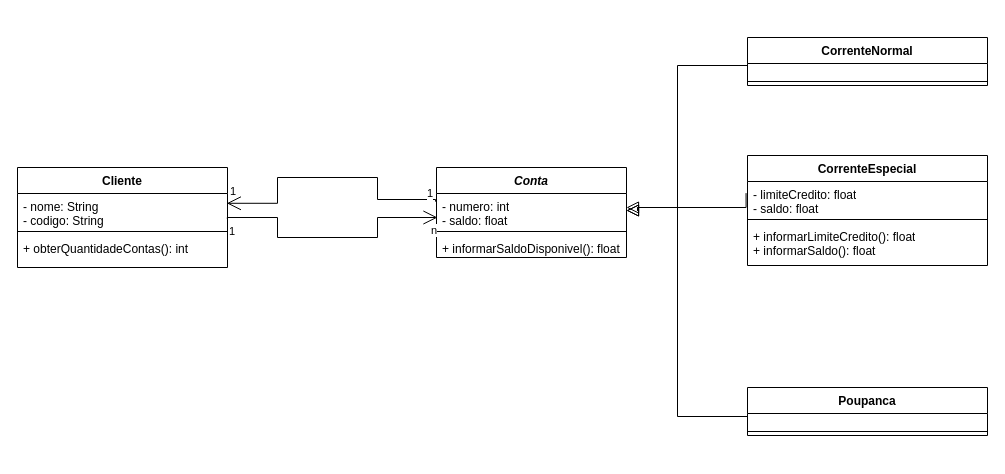
Above: page "Ex2" (2 of 9) of Lista4/T_LP - Lista4.drawio in M-Tereza/LP1 (draw.io), before the change. Source tidied: cells renumbered, new cells numbered last; positions are measured from the earlier drawing's top-left corner, leaving out a move shared by most shapes. Both pictures are drawn from the tidied source at 100%, with x=0, y=0 at pixel (17, 37).
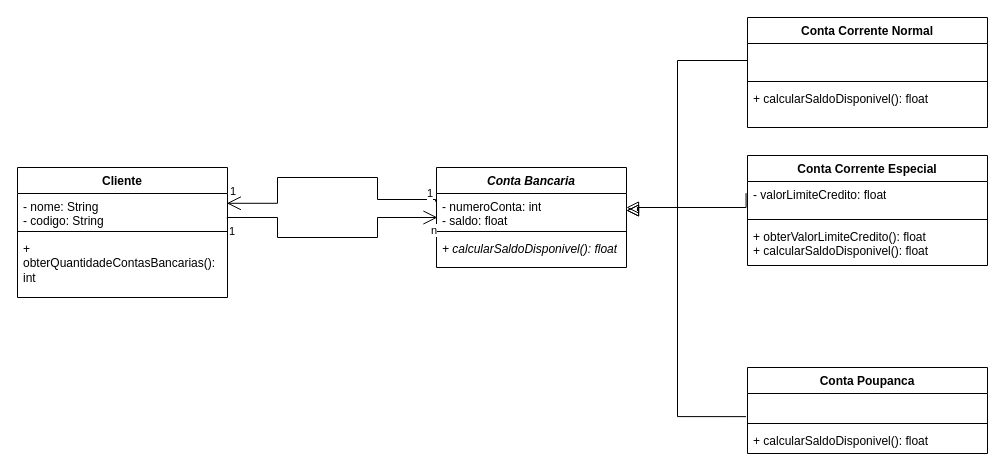
Above is the later version.

Change to the diagram source:
```diff
@@
     <mxCell id="2" value="Cliente" style="swimlane;fontStyle=1;align=center;verticalAlign=top;horizontal=1;startSize=26;whiteSpace=wrap;html=1;" parent="1" vertex="1">
-      <mxGeometry y="130" width="210" height="100" as="geometry" />
+      <mxGeometry y="130" width="210" height="130" as="geometry" />
     </mxCell>
@@
-    <mxCell id="5" value="+ obterQuantidadeContas(): int&lt;span style=&quot;background-color: transparent; color: light-dark(rgb(0, 0, 0), rgb(255, 255, 255));&quot;&gt;&amp;nbsp;&lt;/span&gt;" style="text;strokeColor=none;fillColor=none;align=left;verticalAlign=top;spacingLeft=4;spacingRight=4;overflow=hidden;whiteSpace=wrap;html=1;" parent="2" vertex="1">
-      <mxGeometry y="68" width="210" height="32" as="geometry" />
+    <mxCell id="5" value="+ obterQuantidadeContasBancarias(): int&lt;span style=&quot;background-color: transparent; color: light-dark(rgb(0, 0, 0), rgb(255, 255, 255));&quot;&gt;&amp;nbsp;&lt;/span&gt;" style="text;strokeColor=none;fillColor=none;align=left;verticalAlign=top;spacingLeft=4;spacingRight=4;overflow=hidden;whiteSpace=wrap;html=1;" parent="2" vertex="1">
+      <mxGeometry y="68" width="210" height="62" as="geometry" />
     </mxCell>
-    <mxCell id="6" value="&lt;i&gt;Conta&lt;/i&gt;" style="swimlane;fontStyle=1;align=center;verticalAlign=top;horizontal=1;startSize=26;whiteSpace=wrap;html=1;" parent="1" vertex="1">
-      <mxGeometry x="419" y="130" width="190" height="90" as="geometry" />
+    <mxCell id="6" value="&lt;i&gt;Conta Bancaria&lt;/i&gt;" style="swimlane;fontStyle=1;align=center;verticalAlign=top;horizontal=1;startSize=26;whiteSpace=wrap;html=1;" parent="1" vertex="1">
+      <mxGeometry x="419" y="130" width="190" height="100" as="geometry" />
     </mxCell>
-    <mxCell id="7" value="- numero: int&lt;div&gt;- saldo: float&lt;/div&gt;" style="text;strokeColor=none;fillColor=none;align=left;verticalAlign=top;spacingLeft=4;spacingRight=4;overflow=hidden;points=[[0,0.5],[1,0.5]];portConstraint=eastwest;whiteSpace=wrap;html=1;" parent="6" vertex="1">
+    <mxCell id="7" value="- numeroConta: int&lt;div&gt;- saldo: float&lt;/div&gt;" style="text;strokeColor=none;fillColor=none;align=left;verticalAlign=top;spacingLeft=4;spacingRight=4;overflow=hidden;points=[[0,0.5],[1,0.5]];portConstraint=eastwest;whiteSpace=wrap;html=1;" parent="6" vertex="1">
       <mxGeometry y="26" width="190" height="34" as="geometry" />
     </mxCell>
@@
-    <mxCell id="9" value="+ informarSaldoDisponivel(): float" style="text;strokeColor=none;fillColor=none;align=left;verticalAlign=top;spacingLeft=4;spacingRight=4;overflow=hidden;whiteSpace=wrap;html=1;" parent="6" vertex="1">
-      <mxGeometry y="68" width="190" height="22" as="geometry" />
+    <mxCell id="9" value="&lt;i&gt;+ calcularSaldoDisponivel(): float&lt;/i&gt;" style="text;strokeColor=none;fillColor=none;align=left;verticalAlign=top;spacingLeft=4;spacingRight=4;overflow=hidden;whiteSpace=wrap;html=1;" parent="6" vertex="1">
+      <mxGeometry y="68" width="190" height="32" as="geometry" />
     </mxCell>
-    <mxCell id="10" value="CorrenteNormal" style="swimlane;fontStyle=1;align=center;verticalAlign=top;horizontal=1;startSize=26;whiteSpace=wrap;html=1;" parent="1" vertex="1">
-      <mxGeometry x="730" width="240" height="48" as="geometry" />
-    </mxCell>
-    <mxCell id="11" value="&lt;div&gt;&lt;br&gt;&lt;/div&gt;" style="text;strokeColor=none;fillColor=none;align=left;verticalAlign=top;spacingLeft=4;spacingRight=4;overflow=hidden;points=[[0,0.5],[1,0.5]];portConstraint=eastwest;whiteSpace=wrap;html=1;" parent="10" vertex="1">
-      <mxGeometry y="26" width="240" height="14" as="geometry" />
-    </mxCell>
-    <mxCell id="12" style="line;strokeWidth=1;fillColor=none;align=left;verticalAlign=middle;spacingTop=-1;spacingLeft=3;spacingRight=3;labelPosition=right;strokeColor=inherit;" parent="10" vertex="1">
-      <mxGeometry y="40" width="240" height="8" as="geometry" />
-    </mxCell>
-    <mxCell id="13" value="CorrenteEspecial" style="swimlane;fontStyle=1;align=center;verticalAlign=top;horizontal=1;startSize=26;whiteSpace=wrap;html=1;" parent="1" vertex="1">
+    <mxCell id="13" value="Conta Corrente Especial" style="swimlane;fontStyle=1;align=center;verticalAlign=top;horizontal=1;startSize=26;whiteSpace=wrap;html=1;" parent="1" vertex="1">
       <mxGeometry x="730" y="118" width="240" height="110" as="geometry" />
     </mxCell>
-    <mxCell id="14" value="&lt;div&gt;- limiteCredito: float&lt;/div&gt;- saldo: float" style="text;strokeColor=none;fillColor=none;align=left;verticalAlign=top;spacingLeft=4;spacingRight=4;overflow=hidden;points=[[0,0.5],[1,0.5]];portConstraint=eastwest;whiteSpace=wrap;html=1;" parent="13" vertex="1">
+    <mxCell id="14" value="&lt;div&gt;- valorLimiteCredito: float&lt;/div&gt;" style="text;strokeColor=none;fillColor=none;align=left;verticalAlign=top;spacingLeft=4;spacingRight=4;overflow=hidden;points=[[0,0.5],[1,0.5]];portConstraint=eastwest;whiteSpace=wrap;html=1;" parent="13" vertex="1">
       <mxGeometry y="26" width="240" height="34" as="geometry" />
     </mxCell>
@@
-    <mxCell id="16" value="+ informarLimiteCredito(): float&lt;div&gt;+ informarSaldo&lt;span style=&quot;background-color: transparent; color: light-dark(rgb(0, 0, 0), rgb(255, 255, 255));&quot;&gt;(): float&lt;/span&gt;&lt;/div&gt;" style="text;strokeColor=none;fillColor=none;align=left;verticalAlign=top;spacingLeft=4;spacingRight=4;overflow=hidden;whiteSpace=wrap;html=1;" parent="13" vertex="1">
+    <mxCell id="16" value="+ obterValorLimiteCredito(): float&lt;div&gt;+ calcularSaldoDisponivel(): float&lt;/div&gt;" style="text;strokeColor=none;fillColor=none;align=left;verticalAlign=top;spacingLeft=4;spacingRight=4;overflow=hidden;whiteSpace=wrap;html=1;fontStyle=0;" parent="13" vertex="1">
       <mxGeometry y="68" width="240" height="42" as="geometry" />
     </mxCell>
-    <mxCell id="17" value="Poupanca" style="swimlane;fontStyle=1;align=center;verticalAlign=top;horizontal=1;startSize=26;whiteSpace=wrap;html=1;" parent="1" vertex="1">
-      <mxGeometry x="730" y="350" width="240" height="48" as="geometry" />
-    </mxCell>
-    <mxCell id="18" value="&lt;div&gt;&lt;br&gt;&lt;/div&gt;" style="text;strokeColor=none;fillColor=none;align=left;verticalAlign=top;spacingLeft=4;spacingRight=4;overflow=hidden;points=[[0,0.5],[1,0.5]];portConstraint=eastwest;whiteSpace=wrap;html=1;" parent="17" vertex="1">
-      <mxGeometry y="26" width="240" height="14" as="geometry" />
-    </mxCell>
-    <mxCell id="19" style="line;strokeWidth=1;fillColor=none;align=left;verticalAlign=middle;spacingTop=-1;spacingLeft=3;spacingRight=3;labelPosition=right;strokeColor=inherit;" parent="17" vertex="1">
-      <mxGeometry y="40" width="240" height="8" as="geometry" />
-    </mxCell>
-    <mxCell id="20" style="edgeStyle=orthogonalEdgeStyle;rounded=0;jettySize=auto;html=1;exitX=0;exitY=0.5;exitDx=0;exitDy=0;entryX=1;entryY=0.5;entryDx=0;entryDy=0;endArrow=block;endFill=0;strokeWidth=1;endSize=10;" parent="1" edge="1" source="11" target="7">
+    <mxCell id="20" style="edgeStyle=orthogonalEdgeStyle;rounded=0;jettySize=auto;html=1;exitX=0;exitY=0.5;exitDx=0;exitDy=0;entryX=1;entryY=0.5;entryDx=0;entryDy=0;endArrow=block;endFill=0;strokeWidth=1;endSize=10;" parent="1" edge="1" source="30" target="7">
       <mxGeometry relative="1" as="geometry">
         <Array as="points">
-          <mxPoint x="660" y="28" />
+          <mxPoint x="660" y="23" />
           <mxPoint x="660" y="170" />
           <mxPoint x="620" y="170" />
           <mxPoint x="620" y="173" />
         </Array>
       </mxGeometry>
     </mxCell>
-    <mxCell id="21" style="edgeStyle=orthogonalEdgeStyle;rounded=0;jettySize=auto;html=1;exitX=0;exitY=0.5;exitDx=0;exitDy=0;entryX=1;entryY=0.5;entryDx=0;entryDy=0;strokeColor=default;align=center;verticalAlign=middle;fontFamily=Helvetica;fontSize=11;fontColor=default;labelBackgroundColor=default;endArrow=block;endFill=0;endSize=10;" parent="1" edge="1" source="18" target="7">
+    <mxCell id="21" style="edgeStyle=orthogonalEdgeStyle;rounded=0;jettySize=auto;html=1;exitX=-0.006;exitY=0.89;exitDx=0;exitDy=0;entryX=1;entryY=0.5;entryDx=0;entryDy=0;strokeColor=default;align=center;verticalAlign=middle;fontFamily=Helvetica;fontSize=11;fontColor=default;labelBackgroundColor=default;endArrow=block;endFill=0;endSize=10;exitPerimeter=0;" parent="1" edge="1" source="34" target="7">
       <mxGeometry relative="1" as="geometry">
         <Array as="points">
-          <mxPoint x="730" y="379" />
           <mxPoint x="660" y="379" />
           <mxPoint x="660" y="170" />
           <mxPoint x="620" y="170" />
           <mxPoint x="620" y="173" />
         </Array>
       </mxGeometry>
     </mxCell>
@@
+    <mxCell id="29" value="Conta Corrente Normal" style="swimlane;fontStyle=1;align=center;verticalAlign=top;horizontal=1;startSize=26;whiteSpace=wrap;html=1;" parent="1" vertex="1">
+      <mxGeometry x="730" y="-20" width="240" height="110" as="geometry" />
+    </mxCell>
+    <mxCell id="30" value="&lt;div&gt;&lt;br&gt;&lt;/div&gt;&lt;div&gt;&lt;br&gt;&lt;/div&gt;" style="text;strokeColor=none;fillColor=none;align=left;verticalAlign=top;spacingLeft=4;spacingRight=4;overflow=hidden;points=[[0,0.5],[1,0.5]];portConstraint=eastwest;whiteSpace=wrap;html=1;" parent="29" vertex="1">
+      <mxGeometry y="26" width="240" height="34" as="geometry" />
+    </mxCell>
+    <mxCell id="31" style="line;strokeWidth=1;fillColor=none;align=left;verticalAlign=middle;spacingTop=-1;spacingLeft=3;spacingRight=3;labelPosition=right;strokeColor=inherit;" parent="29" vertex="1">
+      <mxGeometry y="60" width="240" height="8" as="geometry" />
+    </mxCell>
+    <mxCell id="32" value="&lt;div&gt;+ calcularSaldoDisponivel(): float&lt;/div&gt;" style="text;strokeColor=none;fillColor=none;align=left;verticalAlign=top;spacingLeft=4;spacingRight=4;overflow=hidden;whiteSpace=wrap;html=1;" parent="29" vertex="1">
+      <mxGeometry y="68" width="240" height="42" as="geometry" />
+    </mxCell>
+    <mxCell id="33" value="Conta Poupanca" style="swimlane;fontStyle=1;align=center;verticalAlign=top;horizontal=1;startSize=26;whiteSpace=wrap;html=1;" parent="1" vertex="1">
+      <mxGeometry x="730" y="330" width="240" height="86" as="geometry" />
+    </mxCell>
+    <mxCell id="34" value="&lt;div&gt;&lt;br&gt;&lt;/div&gt;&lt;div&gt;&lt;br&gt;&lt;/div&gt;" style="text;strokeColor=none;fillColor=none;align=left;verticalAlign=top;spacingLeft=4;spacingRight=4;overflow=hidden;points=[[0,0.5],[1,0.5]];portConstraint=eastwest;whiteSpace=wrap;html=1;" parent="33" vertex="1">
+      <mxGeometry y="26" width="240" height="26" as="geometry" />
+    </mxCell>
+    <mxCell id="35" style="line;strokeWidth=1;fillColor=none;align=left;verticalAlign=middle;spacingTop=-1;spacingLeft=3;spacingRight=3;labelPosition=right;strokeColor=inherit;" parent="33" vertex="1">
+      <mxGeometry y="52" width="240" height="8" as="geometry" />
+    </mxCell>
+    <mxCell id="36" value="&lt;div&gt;+ calcularSaldoDisponivel(): float&lt;/div&gt;" style="text;strokeColor=none;fillColor=none;align=left;verticalAlign=top;spacingLeft=4;spacingRight=4;overflow=hidden;whiteSpace=wrap;html=1;" parent="33" vertex="1">
+      <mxGeometry y="60" width="240" height="26" as="geometry" />
+    </mxCell>
```
